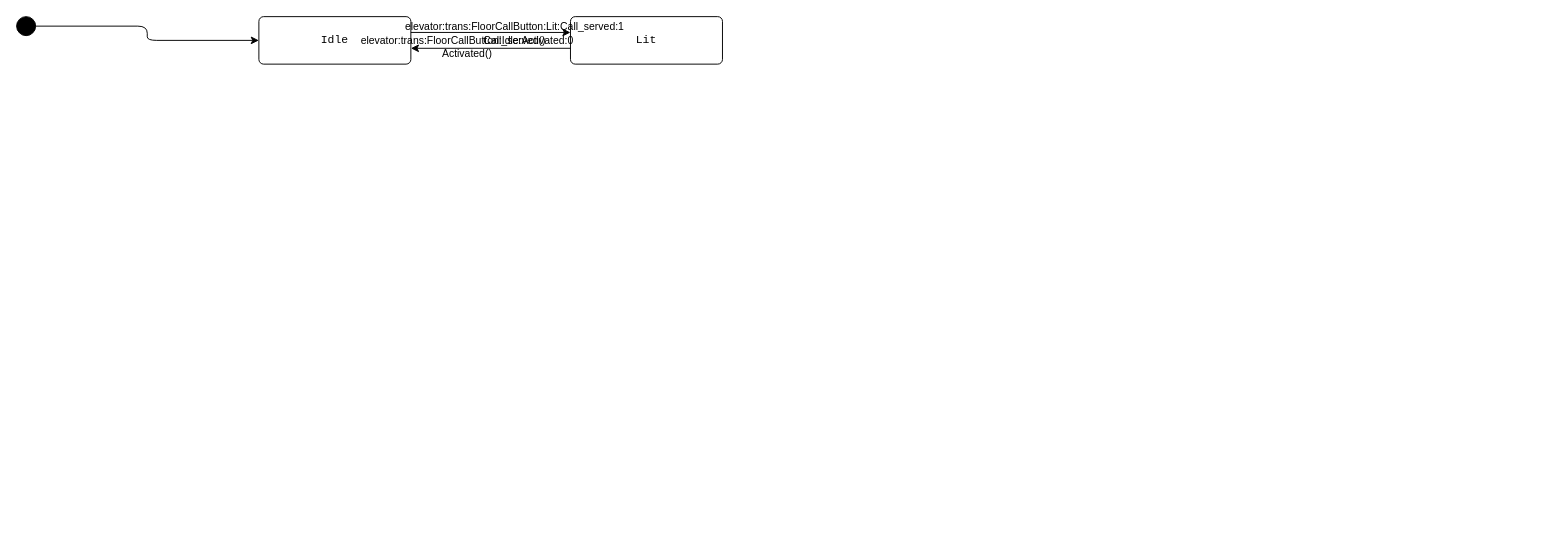
Before: examples/elevator/.design/model/diagrams/Elevator-FloorCallButton.drawio in BChaloux-Cyn/MDF-Simulator, a draw.io diagram. Source tidied: cells renumbered, new cells numbered last; positions are measured from the earlier drawing's top-left corner, leaving out a move shared by most shapes. Both pictures are drawn from the tidied source at 95%, with x=0, y=0 at pixel (16, 16).
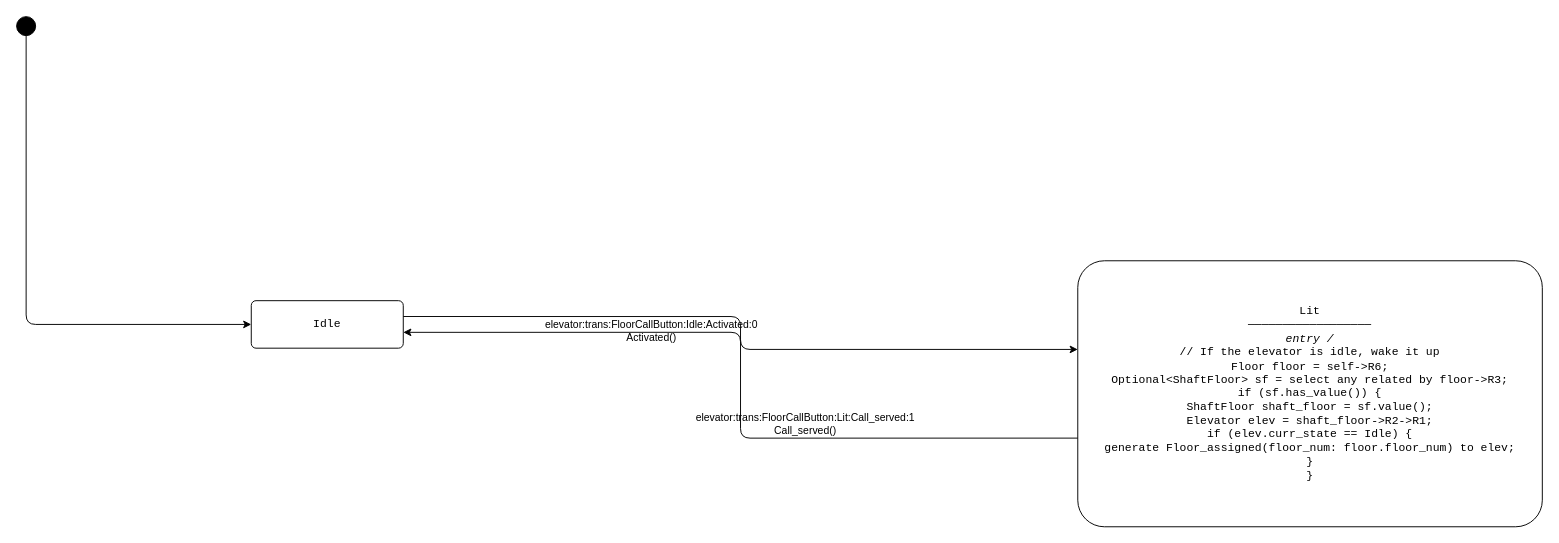
The same page after the edit.

The edit, as a diff of the source:
```diff
@@
 <mxGraphModel background="#FFFFFF">
   <root>
     <mxCell id="0" />
     <mxCell id="1" parent="0" />
     <mxCell id="2" style="ellipse;whiteSpace=wrap;html=1;fillColor=#000000;strokeColor=#000000;" parent="1" vertex="1">
       <mxGeometry width="20" height="20" as="geometry" />
     </mxCell>
     <mxCell id="3" value="Idle" style="rounded=1;whiteSpace=wrap;html=1;arcSize=10;fontFamily=Courier New;" parent="1" vertex="1">
-      <mxGeometry x="255" width="160" height="50" as="geometry" />
+      <mxGeometry x="247" y="299" width="160" height="50" as="geometry" />
     </mxCell>
-    <mxCell id="4" value="Lit" style="rounded=1;whiteSpace=wrap;html=1;arcSize=10;fontFamily=Courier New;" parent="1" vertex="1">
-      <mxGeometry x="583" width="160" height="50" as="geometry" />
+    <mxCell id="4" value="Lit&lt;br&gt;──────────────────&lt;br&gt;&lt;i&gt;entry /&lt;/i&gt;&lt;br&gt;// If the elevator is idle, wake it up&lt;br&gt;Floor floor = self-&amp;gt;R6;&lt;br&gt;Optional&amp;lt;ShaftFloor&amp;gt; sf = select any related by floor-&amp;gt;R3;&lt;br&gt;if (sf.has_value()) {&lt;br&gt;    ShaftFloor shaft_floor = sf.value();&lt;br&gt;    Elevator elev = shaft_floor-&amp;gt;R2-&amp;gt;R1;&lt;br&gt;    if (elev.curr_state == Idle) {&lt;br&gt;        generate Floor_assigned(floor_num: floor.floor_num) to elev;&lt;br&gt;    }&lt;br&gt;}&lt;br&gt;" style="rounded=1;whiteSpace=wrap;html=1;arcSize=10;fontFamily=Courier New;" parent="1" vertex="1">
+      <mxGeometry x="1117" y="257" width="489" height="280" as="geometry" />
     </mxCell>
-    <mxCell id="5" style="edgeStyle=orthogonalEdgeStyle;html=1;labelBackgroundColor=none;exitX=1.0;exitY=0.5;exitDx=0;exitDy=0;entryX=0.0;entryY=0.5;entryDx=0;entryDy=0;" parent="1" edge="1" source="2" target="3">
+    <mxCell id="5" style="edgeStyle=orthogonalEdgeStyle;html=1;labelBackgroundColor=none;exitX=0.5;exitY=1.0;exitDx=0;exitDy=0;entryX=0.0;entryY=0.5;entryDx=0;entryDy=0;" parent="1" edge="1" source="2" target="3">
       <mxGeometry relative="1" as="geometry" />
     </mxCell>
     <mxCell id="6" value="elevator:trans:FloorCallButton:Idle:Activated:0&lt;br&gt;Activated()" style="edgeStyle=orthogonalEdgeStyle;html=1;labelBackgroundColor=none;exitX=1.0;exitY=0.3333;exitDx=0;exitDy=0;entryX=0.0;entryY=0.3333;entryDx=0;entryDy=0;" parent="1" edge="1" source="3" target="4">
       <mxGeometry x="-0.3" y="-15" relative="1" as="geometry" />
     </mxCell>
     <mxCell id="7" value="elevator:trans:FloorCallButton:Lit:Call_served:1&lt;br&gt;Call_served()" style="edgeStyle=orthogonalEdgeStyle;html=1;labelBackgroundColor=none;exitX=0.0;exitY=0.6667;exitDx=0;exitDy=0;entryX=1.0;entryY=0.6667;entryDx=0;entryDy=0;" parent="1" edge="1" source="4" target="3">
       <mxGeometry x="-0.3" y="-15" relative="1" as="geometry" />
     </mxCell>
   </root>
 </mxGraphModel>
```
